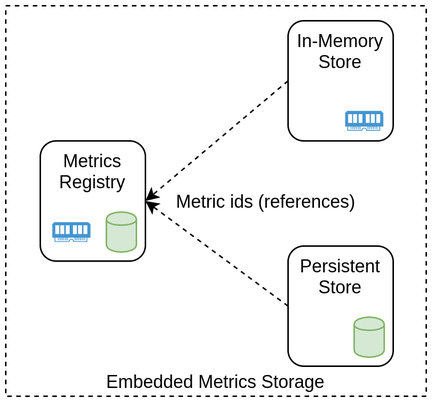
The draw.io diagram 2020-en-embedded-time-series-storage/slides/images/metrics-storage-overview.png in puzpuzpuz/talks, before a commit. Source tidied: cells renumbered, new cells last; positions are measured from the earlier drawing's top-left corner, leaving out a move shared by most shapes.
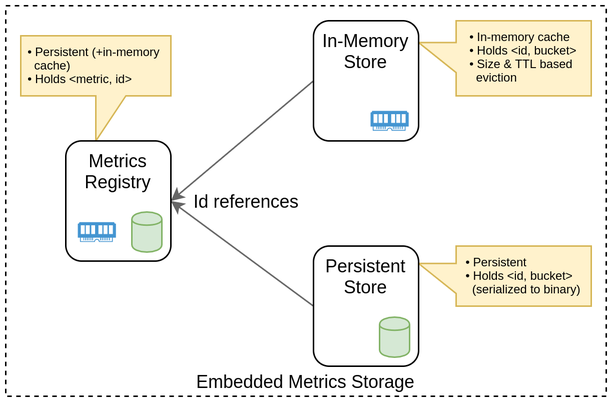
Later version of the same file.

What changed in the source:
```diff
@@ -3,45 +3,54 @@
     <mxCell id="0" />
     <mxCell id="1" parent="0" />
     <mxCell id="2" value="Embedded Metrics Storage" style="rounded=0;whiteSpace=wrap;html=1;verticalAlign=bottom;dashed=1;fillColor=none;" parent="1" vertex="1">
-      <mxGeometry width="280" height="260" as="geometry" />
+      <mxGeometry x="-127" width="400" height="260" as="geometry" />
     </mxCell>
-    <mxCell id="3" style="group;" parent="1" vertex="1">
-      <mxGeometry x="188" y="160" width="70" height="80" as="geometry" />
+    <mxCell id="3" value="Id references" style="endArrow=classic;html=1;fontSize=12;exitX=0;exitY=0.5;exitDx=0;exitDy=0;entryX=1;entryY=0.5;entryDx=0;entryDy=0;strokeColor=#666666;" parent="1" edge="1" source="16" target="7">
+      <mxGeometry x="0.38" y="32" relative="1" as="geometry" />
     </mxCell>
-    <mxCell id="4" value="Persistent&lt;br&gt;Store" style="rounded=1;whiteSpace=wrap;html=1;fontSize=12;align=center;verticalAlign=top;" parent="3" vertex="1">
-      <mxGeometry width="70" height="80" as="geometry" />
+    <mxCell id="4" style="endArrow=classic;html=1;fontSize=12;exitX=0;exitY=0.5;exitDx=0;exitDy=0;entryX=1;entryY=0.5;entryDx=0;entryDy=0;strokeColor=#666666;" parent="1" edge="1" source="13" target="7">
+      <mxGeometry x="0.04" y="42" relative="1" as="geometry">
+        <mxPoint x="-1" as="offset" />
+      </mxGeometry>
     </mxCell>
-    <mxCell id="5" style="shape=cylinder;whiteSpace=wrap;html=1;boundedLbl=1;backgroundOutline=1;fontSize=12;align=center;fillColor=#d5e8d4;strokeColor=#82b366;" parent="3" vertex="1">
-      <mxGeometry x="44" y="47.3" width="20" height="26.7" as="geometry" />
+    <mxCell id="5" value="&lt;div style=&quot;text-align: left&quot;&gt;&lt;span style=&quot;line-height: 100%&quot;&gt;• Persistent (+in-memory&amp;nbsp; &amp;nbsp; cache)&lt;/span&gt;&lt;/div&gt;&lt;div style=&quot;text-align: left&quot;&gt;&lt;span style=&quot;line-height: 100%&quot;&gt;• Holds &amp;lt;metric, id&amp;gt;&lt;br&gt;&lt;/span&gt;&lt;/div&gt;" style="shape=callout;whiteSpace=wrap;html=1;perimeter=calloutPerimeter;strokeColor=#d6b656;fillColor=#fff2cc;fontSize=8;verticalAlign=top;spacingLeft=4;" parent="1" vertex="1">
+      <mxGeometry x="-117" y="20" width="100" height="70" as="geometry" />
     </mxCell>
-    <mxCell id="6" value="Metric ids (references)" style="endArrow=classic;html=1;fontSize=12;exitX=0;exitY=0.5;exitDx=0;exitDy=0;entryX=1;entryY=0.5;entryDx=0;entryDy=0;dashed=1;" parent="1" edge="1" source="9" target="12">
-      <mxGeometry x="0.01" y="52" relative="1" as="geometry" />
+    <mxCell id="6" style="group;" parent="1" vertex="1">
+      <mxGeometry x="-87" y="90" width="70" height="80" as="geometry" />
     </mxCell>
-    <mxCell id="7" style="endArrow=classic;html=1;fontSize=12;exitX=0;exitY=0.5;exitDx=0;exitDy=0;entryX=1;entryY=0.5;entryDx=0;entryDy=0;dashed=1;" parent="1" edge="1" source="4" target="12">
-      <mxGeometry x="0.04" y="42" relative="1" as="geometry">
-        <mxPoint x="-1" as="offset" />
-      </mxGeometry>
+    <mxCell id="7" value="&lt;span&gt;Metrics Registry&lt;/span&gt;" style="rounded=1;whiteSpace=wrap;html=1;fontSize=12;align=center;verticalAlign=top;" parent="6" vertex="1">
+      <mxGeometry width="70" height="80" as="geometry" />
     </mxCell>
-    <mxCell id="8" style="group;" parent="1" vertex="1">
-      <mxGeometry x="188" y="10" width="70" height="80" as="geometry" />
+    <mxCell id="8" style="shape=cylinder;whiteSpace=wrap;html=1;boundedLbl=1;backgroundOutline=1;fontSize=12;align=center;fillColor=#d5e8d4;strokeColor=#82b366;" parent="6" vertex="1">
+      <mxGeometry x="44" y="47.3" width="20" height="26.7" as="geometry" />
     </mxCell>
-    <mxCell id="9" value="In-Memory&lt;br&gt;Store" style="rounded=1;whiteSpace=wrap;html=1;fontSize=12;align=center;verticalAlign=top;" parent="8" vertex="1">
-      <mxGeometry width="70" height="80" as="geometry" />
+    <mxCell id="9" style="shadow=0;dashed=0;html=1;strokeColor=none;fillColor=#4495D1;labelPosition=center;verticalLabelPosition=bottom;verticalAlign=top;align=center;outlineConnect=0;shape=mxgraph.veeam.ram;fontSize=12;" parent="6" vertex="1">
+      <mxGeometry x="8" y="54" width="25.4" height="13.2" as="geometry" />
     </mxCell>
-    <mxCell id="10" style="shadow=0;dashed=0;html=1;strokeColor=none;fillColor=#4495D1;labelPosition=center;verticalLabelPosition=bottom;verticalAlign=top;align=center;shape=mxgraph.veeam.ram;fontSize=12;" parent="8" vertex="1">
-      <mxGeometry x="38" y="60" width="25.4" height="13.2" as="geometry" />
+    <mxCell id="10" value="&lt;div style=&quot;text-align: left&quot;&gt;&lt;span style=&quot;line-height: 100%&quot;&gt;• In-memory cache&lt;/span&gt;&lt;/div&gt;&lt;div style=&quot;text-align: left&quot;&gt;&lt;span style=&quot;line-height: 100%&quot;&gt;• Holds &amp;lt;id, bucket&amp;gt;&lt;/span&gt;&lt;/div&gt;&lt;div style=&quot;text-align: left&quot;&gt;&lt;span style=&quot;line-height: 100%&quot;&gt;• Size &amp;amp; TTL based&lt;/span&gt;&lt;/div&gt;&lt;div style=&quot;text-align: left&quot;&gt;&lt;span style=&quot;line-height: 100%&quot;&gt;&amp;nbsp; eviction&lt;br&gt;&lt;/span&gt;&lt;/div&gt;" style="shape=callout;whiteSpace=wrap;html=1;perimeter=calloutPerimeter;strokeColor=#d6b656;fillColor=#fff2cc;fontSize=8;verticalAlign=top;spacingLeft=0;direction=south;position2=0.29;size=25;position=0.29;" parent="1" vertex="1">
+      <mxGeometry x="148" y="10" width="115" height="50" as="geometry" />
     </mxCell>
-    <mxCell id="11" style="group;" parent="1" vertex="1">
-      <mxGeometry x="23" y="90" width="70" height="80" as="geometry" />
+    <mxCell id="11" value="&lt;div style=&quot;text-align: left&quot;&gt;&lt;span style=&quot;line-height: 100%&quot;&gt;• Persistent&lt;/span&gt;&lt;/div&gt;&lt;div style=&quot;text-align: left&quot;&gt;&lt;span style=&quot;line-height: 100%&quot;&gt;• Holds &amp;lt;id, bucket&amp;gt;&lt;/span&gt;&lt;/div&gt;&lt;div style=&quot;text-align: left&quot;&gt;&amp;nbsp; (serialized to binary)&lt;/div&gt;" style="shape=callout;whiteSpace=wrap;html=1;perimeter=calloutPerimeter;strokeColor=#d6b656;fillColor=#fff2cc;fontSize=8;verticalAlign=top;spacingLeft=0;direction=south;position2=0.29;size=25;position=0.29;" parent="1" vertex="1">
+      <mxGeometry x="148" y="160" width="115" height="40" as="geometry" />
     </mxCell>
-    <mxCell id="12" value="&lt;span&gt;Metrics Registry&lt;/span&gt;" style="rounded=1;whiteSpace=wrap;html=1;fontSize=12;align=center;verticalAlign=top;" parent="11" vertex="1">
-      <mxGeometry width="70" height="80" as="geometry" />
+    <mxCell id="12" style="group;" parent="1" vertex="1">
+      <mxGeometry x="78" y="160" width="70" height="80" as="geometry" />
     </mxCell>
-    <mxCell id="13" style="shape=cylinder;whiteSpace=wrap;html=1;boundedLbl=1;backgroundOutline=1;fontSize=12;align=center;fillColor=#d5e8d4;strokeColor=#82b366;" parent="11" vertex="1">
-      <mxGeometry x="44" y="47.3" width="20" height="26.7" as="geometry" />
+    <mxCell id="13" value="Persistent&lt;br&gt;Store" style="rounded=1;whiteSpace=wrap;html=1;fontSize=12;align=center;verticalAlign=top;" parent="12" vertex="1">
+      <mxGeometry width="70" height="80" as="geometry" />
     </mxCell>
-    <mxCell id="14" style="shadow=0;dashed=0;html=1;strokeColor=none;fillColor=#4495D1;labelPosition=center;verticalLabelPosition=bottom;verticalAlign=top;align=center;shape=mxgraph.veeam.ram;fontSize=12;" parent="11" vertex="1">
-      <mxGeometry x="8" y="54" width="25.4" height="13.2" as="geometry" />
+    <mxCell id="14" style="shape=cylinder;whiteSpace=wrap;html=1;boundedLbl=1;backgroundOutline=1;fontSize=12;align=center;fillColor=#d5e8d4;strokeColor=#82b366;" parent="12" vertex="1">
+      <mxGeometry x="44" y="47.3" width="20" height="26.7" as="geometry" />
     </mxCell>
+    <mxCell id="15" style="group;" parent="1" vertex="1">
+      <mxGeometry x="78" y="10" width="70" height="80" as="geometry" />
+    </mxCell>
+    <mxCell id="16" value="In-Memory&lt;br&gt;Store" style="rounded=1;whiteSpace=wrap;html=1;fontSize=12;align=center;verticalAlign=top;spacingTop=0;" parent="15" vertex="1">
+      <mxGeometry width="70" height="80" as="geometry" />
+    </mxCell>
+    <mxCell id="17" style="shadow=0;dashed=0;html=1;strokeColor=none;fillColor=#4495D1;labelPosition=center;verticalLabelPosition=bottom;verticalAlign=top;align=center;shape=mxgraph.veeam.ram;fontSize=12;spacingTop=5;" parent="15" vertex="1">
+      <mxGeometry x="38" y="60" width="25.4" height="13.2" as="geometry" />
+    </mxCell>
   </root>
 </mxGraphModel>
```
